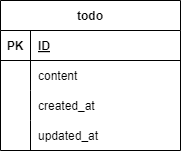
This is ER.drawio.png from rikuuta1217/To-do-app, a draw.io export, as it was before one commit. Source tidied: cells renumbered, new cells last; positions are measured from the earlier drawing's top-left corner, leaving out a move shared by most shapes.
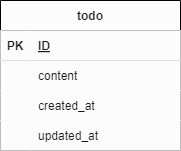
After the change.

Change to the diagram source:
```diff
@@ -2,43 +2,43 @@
   <root>
     <mxCell id="0" />
     <mxCell id="1" parent="0" />
-    <mxCell id="2" value="todo" style="shape=table;startSize=30;rowLines=0;fontStyle=1;align=center;" parent="1" vertex="1">
+    <mxCell id="2" value="todo" style="shape=table;startSize=30;rowLines=0;fontStyle=1;align=center;fillColor=#fcfcfd;fontColor=#1a1919;" parent="1" vertex="1">
       <mxGeometry width="180" height="150" as="geometry" />
     </mxCell>
-    <mxCell id="3" style="shape=tableRow;horizontal=0;startSize=0;swimlaneHead=0;swimlaneBody=0;fillColor=none;top=0;left=0;right=0;bottom=1;" parent="2" vertex="1">
+    <mxCell id="3" style="shape=tableRow;horizontal=0;startSize=0;swimlaneHead=0;swimlaneBody=0;fillColor=#fcfcfd;top=0;left=0;right=0;bottom=1;fontColor=#1a1919;" parent="2" vertex="1">
       <mxGeometry y="30" width="180" height="30" as="geometry" />
     </mxCell>
-    <mxCell id="4" value="PK" style="shape=partialRectangle;fillColor=none;top=0;left=0;bottom=0;right=0;fontStyle=1;overflow=hidden;" parent="3" vertex="1">
+    <mxCell id="4" value="PK" style="shape=partialRectangle;fillColor=#fcfcfd;top=0;left=0;bottom=0;right=0;fontStyle=1;overflow=hidden;fontColor=#1a1919;" parent="3" vertex="1">
       <mxGeometry width="30" height="30" as="geometry" />
     </mxCell>
-    <mxCell id="5" value="ID" style="shape=partialRectangle;fillColor=none;top=0;left=0;bottom=0;right=0;align=left;spacingLeft=6;fontStyle=5;overflow=hidden;" parent="3" vertex="1">
+    <mxCell id="5" value="ID" style="shape=partialRectangle;fillColor=#fcfcfd;top=0;left=0;bottom=0;right=0;align=left;spacingLeft=6;fontStyle=5;overflow=hidden;fontColor=#1a1919;" parent="3" vertex="1">
       <mxGeometry x="30" width="150" height="30" as="geometry" />
     </mxCell>
-    <mxCell id="6" style="shape=tableRow;horizontal=0;startSize=0;swimlaneHead=0;swimlaneBody=0;fillColor=none;top=0;left=0;right=0;bottom=0;" parent="2" vertex="1">
+    <mxCell id="6" style="shape=tableRow;horizontal=0;startSize=0;swimlaneHead=0;swimlaneBody=0;fillColor=#fcfcfd;top=0;left=0;right=0;bottom=0;fontColor=#1a1919;" parent="2" vertex="1">
       <mxGeometry y="60" width="180" height="30" as="geometry" />
     </mxCell>
-    <mxCell id="7" style="shape=partialRectangle;fillColor=none;top=0;left=0;bottom=0;right=0;overflow=hidden;" parent="6" vertex="1">
+    <mxCell id="7" style="shape=partialRectangle;fillColor=#fcfcfd;top=0;left=0;bottom=0;right=0;overflow=hidden;fontColor=#1a1919;" parent="6" vertex="1">
       <mxGeometry width="30" height="30" as="geometry" />
     </mxCell>
-    <mxCell id="8" value="content" style="shape=partialRectangle;fillColor=none;top=0;left=0;bottom=0;right=0;align=left;spacingLeft=6;overflow=hidden;" parent="6" vertex="1">
+    <mxCell id="8" value="content" style="shape=partialRectangle;fillColor=#fcfcfd;top=0;left=0;bottom=0;right=0;align=left;spacingLeft=6;overflow=hidden;fontColor=#1a1919;" parent="6" vertex="1">
       <mxGeometry x="30" width="150" height="30" as="geometry" />
     </mxCell>
-    <mxCell id="9" style="shape=tableRow;horizontal=0;startSize=0;swimlaneHead=0;swimlaneBody=0;fillColor=none;top=0;left=0;right=0;bottom=0;" parent="2" vertex="1">
+    <mxCell id="9" style="shape=tableRow;horizontal=0;startSize=0;swimlaneHead=0;swimlaneBody=0;fillColor=#fcfcfd;top=0;left=0;right=0;bottom=0;fontColor=#1a1919;" parent="2" vertex="1">
       <mxGeometry y="90" width="180" height="30" as="geometry" />
     </mxCell>
-    <mxCell id="10" style="shape=partialRectangle;fillColor=none;top=0;left=0;bottom=0;right=0;overflow=hidden;" parent="9" vertex="1">
+    <mxCell id="10" style="shape=partialRectangle;fillColor=#fcfcfd;top=0;left=0;bottom=0;right=0;overflow=hidden;fontColor=#1a1919;" parent="9" vertex="1">
       <mxGeometry width="30" height="30" as="geometry" />
     </mxCell>
-    <mxCell id="11" value="created_at" style="shape=partialRectangle;fillColor=none;top=0;left=0;bottom=0;right=0;align=left;spacingLeft=6;overflow=hidden;" parent="9" vertex="1">
+    <mxCell id="11" value="created_at" style="shape=partialRectangle;fillColor=#fcfcfd;top=0;left=0;bottom=0;right=0;align=left;spacingLeft=6;overflow=hidden;fontColor=#1a1919;" parent="9" vertex="1">
       <mxGeometry x="30" width="150" height="30" as="geometry" />
     </mxCell>
-    <mxCell id="12" style="shape=tableRow;horizontal=0;startSize=0;swimlaneHead=0;swimlaneBody=0;fillColor=none;top=0;left=0;right=0;bottom=0;" parent="2" vertex="1">
+    <mxCell id="12" style="shape=tableRow;horizontal=0;startSize=0;swimlaneHead=0;swimlaneBody=0;fillColor=#fcfcfd;top=0;left=0;right=0;bottom=0;fontColor=#1a1919;" parent="2" vertex="1">
       <mxGeometry y="120" width="180" height="30" as="geometry" />
     </mxCell>
-    <mxCell id="13" style="shape=partialRectangle;fillColor=none;top=0;left=0;bottom=0;right=0;overflow=hidden;" parent="12" vertex="1">
+    <mxCell id="13" style="shape=partialRectangle;fillColor=#fcfcfd;top=0;left=0;bottom=0;right=0;overflow=hidden;fontColor=#1a1919;" parent="12" vertex="1">
       <mxGeometry width="30" height="30" as="geometry" />
     </mxCell>
-    <mxCell id="14" value="updated_at" style="shape=partialRectangle;fillColor=none;top=0;left=0;bottom=0;right=0;align=left;spacingLeft=6;overflow=hidden;" parent="12" vertex="1">
+    <mxCell id="14" value="updated_at" style="shape=partialRectangle;fillColor=#fcfcfd;top=0;left=0;bottom=0;right=0;align=left;spacingLeft=6;overflow=hidden;fontColor=#1a1919;" parent="12" vertex="1">
       <mxGeometry x="30" width="150" height="30" as="geometry" />
     </mxCell>
   </root>
```
